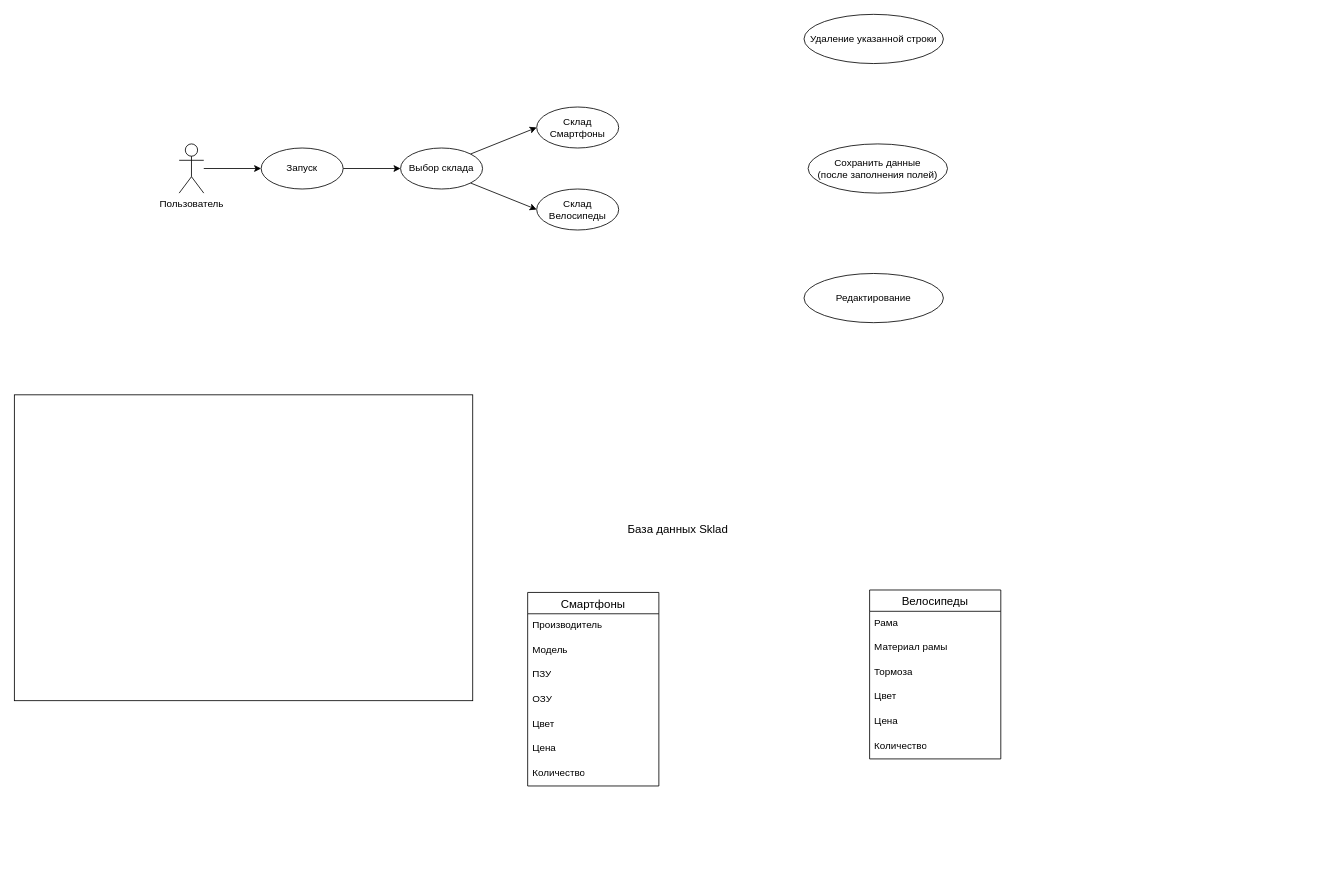
Earlier version of the draw.io diagram Диаграмма прецедентов.drawio (Aazmandiuc/MDK_01.01). Source tidied: cells renumbered, new cells numbered last; positions are measured from the earlier drawing's top-left corner, leaving out a move shared by most shapes. Both pictures are drawn from the tidied source at 82%, with x=0, y=0 at pixel (14, 14).
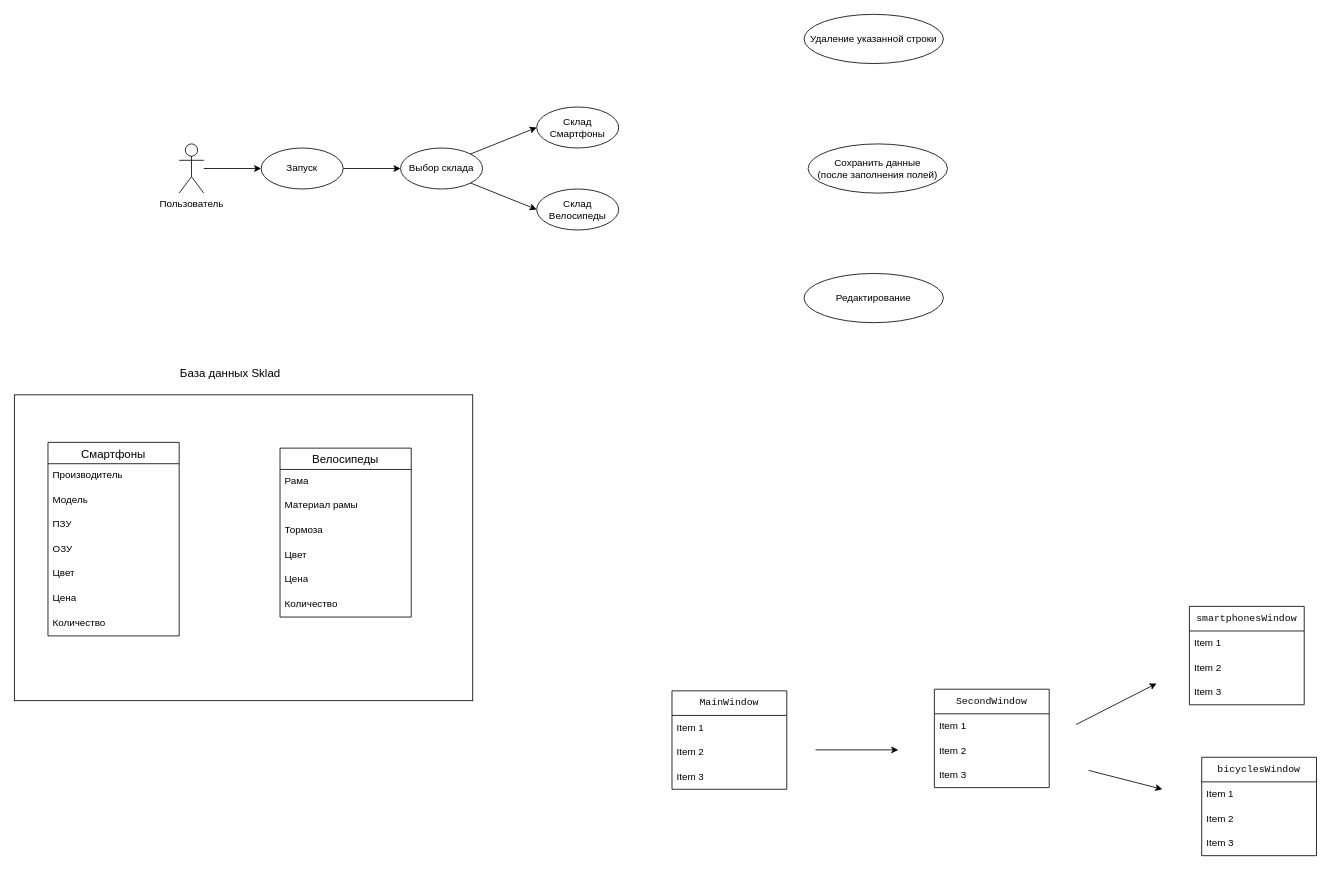
After the change.

What changed in the source:
```diff
@@
     <mxCell id="15" value="Смартфоны" style="swimlane;fontStyle=0;horizontal=1;startSize=26;align=center;fontSize=14;" parent="1" vertex="1">
-      <mxGeometry x="626" y="705" width="160" height="236" as="geometry" />
+      <mxGeometry x="41" y="522" width="160" height="236" as="geometry" />
     </mxCell>
@@
     <mxCell id="23" value="Велосипеды" style="swimlane;fontStyle=0;horizontal=1;startSize=26;align=center;fontSize=14;" parent="1" vertex="1">
-      <mxGeometry x="1043" y="702" width="160" height="206" as="geometry" />
+      <mxGeometry x="324" y="529" width="160" height="206" as="geometry" />
     </mxCell>
@@
     <mxCell id="30" value="&lt;font style=&quot;font-size: 14px;&quot;&gt;База данных&amp;nbsp;Sklad&lt;/font&gt;" style="text;html=1;align=center;verticalAlign=middle;strokeColor=none;fillColor=none;" parent="1" vertex="1">
-      <mxGeometry x="738.5" y="613" width="140" height="29" as="geometry" />
+      <mxGeometry x="193" y="423" width="140" height="29" as="geometry" />
     </mxCell>
+    <mxCell id="31" value="&lt;div style=&quot;color: rgb(8, 8, 8); font-family: &amp;quot;JetBrains Mono&amp;quot;, monospace;&quot;&gt;&lt;pre&gt;MainWindow&lt;/pre&gt;&lt;/div&gt;" style="swimlane;fontStyle=0;horizontal=1;startSize=30;whiteSpace=wrap;html=1;" parent="1" vertex="1">
+      <mxGeometry x="802" y="825" width="140" height="120" as="geometry" />
+    </mxCell>
+    <mxCell id="32" value="Item 1" style="text;strokeColor=none;fillColor=none;align=left;verticalAlign=middle;spacingLeft=4;spacingRight=4;overflow=hidden;whiteSpace=wrap;html=1;" parent="31" vertex="1">
+      <mxGeometry y="30" width="140" height="30" as="geometry" />
+    </mxCell>
+    <mxCell id="33" value="Item 2" style="text;strokeColor=none;fillColor=none;align=left;verticalAlign=middle;spacingLeft=4;spacingRight=4;overflow=hidden;whiteSpace=wrap;html=1;" parent="31" vertex="1">
+      <mxGeometry y="60" width="140" height="30" as="geometry" />
+    </mxCell>
+    <mxCell id="34" value="Item 3" style="text;strokeColor=none;fillColor=none;align=left;verticalAlign=middle;spacingLeft=4;spacingRight=4;overflow=hidden;whiteSpace=wrap;html=1;" parent="31" vertex="1">
+      <mxGeometry y="90" width="140" height="30" as="geometry" />
+    </mxCell>
+    <mxCell id="35" value="&lt;div style=&quot;color: rgb(8, 8, 8); font-family: &amp;quot;JetBrains Mono&amp;quot;, monospace;&quot;&gt;&lt;pre&gt;SecondWindow&lt;/pre&gt;&lt;/div&gt;" style="swimlane;fontStyle=0;horizontal=1;startSize=30;whiteSpace=wrap;html=1;" parent="1" vertex="1">
+      <mxGeometry x="1122" y="823" width="140" height="120" as="geometry" />
+    </mxCell>
+    <mxCell id="36" value="Item 1" style="text;strokeColor=none;fillColor=none;align=left;verticalAlign=middle;spacingLeft=4;spacingRight=4;overflow=hidden;whiteSpace=wrap;html=1;" parent="35" vertex="1">
+      <mxGeometry y="30" width="140" height="30" as="geometry" />
+    </mxCell>
+    <mxCell id="37" value="Item 2" style="text;strokeColor=none;fillColor=none;align=left;verticalAlign=middle;spacingLeft=4;spacingRight=4;overflow=hidden;whiteSpace=wrap;html=1;" parent="35" vertex="1">
+      <mxGeometry y="60" width="140" height="30" as="geometry" />
+    </mxCell>
+    <mxCell id="38" value="Item 3" style="text;strokeColor=none;fillColor=none;align=left;verticalAlign=middle;spacingLeft=4;spacingRight=4;overflow=hidden;whiteSpace=wrap;html=1;" parent="35" vertex="1">
+      <mxGeometry y="90" width="140" height="30" as="geometry" />
+    </mxCell>
+    <mxCell id="39" value="&lt;div style=&quot;color: rgb(8, 8, 8); font-family: &amp;quot;JetBrains Mono&amp;quot;, monospace;&quot;&gt;&lt;pre&gt;smartphonesWindow&lt;/pre&gt;&lt;/div&gt;" style="swimlane;fontStyle=0;horizontal=1;startSize=30;whiteSpace=wrap;html=1;" parent="1" vertex="1">
+      <mxGeometry x="1433" y="722" width="140" height="120" as="geometry" />
+    </mxCell>
+    <mxCell id="40" value="Item 1" style="text;strokeColor=none;fillColor=none;align=left;verticalAlign=middle;spacingLeft=4;spacingRight=4;overflow=hidden;whiteSpace=wrap;html=1;" parent="39" vertex="1">
+      <mxGeometry y="30" width="140" height="30" as="geometry" />
+    </mxCell>
+    <mxCell id="41" value="Item 2" style="text;strokeColor=none;fillColor=none;align=left;verticalAlign=middle;spacingLeft=4;spacingRight=4;overflow=hidden;whiteSpace=wrap;html=1;" parent="39" vertex="1">
+      <mxGeometry y="60" width="140" height="30" as="geometry" />
+    </mxCell>
+    <mxCell id="42" value="Item 3" style="text;strokeColor=none;fillColor=none;align=left;verticalAlign=middle;spacingLeft=4;spacingRight=4;overflow=hidden;whiteSpace=wrap;html=1;" parent="39" vertex="1">
+      <mxGeometry y="90" width="140" height="30" as="geometry" />
+    </mxCell>
+    <mxCell id="43" value="&lt;div style=&quot;color: rgb(8, 8, 8); font-family: &amp;quot;JetBrains Mono&amp;quot;, monospace;&quot;&gt;&lt;pre&gt;bicyclesWindow&lt;/pre&gt;&lt;/div&gt;" style="swimlane;fontStyle=0;horizontal=1;startSize=30;whiteSpace=wrap;html=1;" parent="1" vertex="1">
+      <mxGeometry x="1448" y="906" width="140" height="120" as="geometry" />
+    </mxCell>
+    <mxCell id="44" value="Item 1" style="text;strokeColor=none;fillColor=none;align=left;verticalAlign=middle;spacingLeft=4;spacingRight=4;overflow=hidden;whiteSpace=wrap;html=1;" parent="43" vertex="1">
+      <mxGeometry y="30" width="140" height="30" as="geometry" />
+    </mxCell>
+    <mxCell id="45" value="Item 2" style="text;strokeColor=none;fillColor=none;align=left;verticalAlign=middle;spacingLeft=4;spacingRight=4;overflow=hidden;whiteSpace=wrap;html=1;" parent="43" vertex="1">
+      <mxGeometry y="60" width="140" height="30" as="geometry" />
+    </mxCell>
+    <mxCell id="46" value="Item 3" style="text;strokeColor=none;fillColor=none;align=left;verticalAlign=middle;spacingLeft=4;spacingRight=4;overflow=hidden;whiteSpace=wrap;html=1;" parent="43" vertex="1">
+      <mxGeometry y="90" width="140" height="30" as="geometry" />
+    </mxCell>
+    <mxCell id="47" style="endArrow=classic;html=1;rounded=0;" parent="1" edge="1">
+      <mxGeometry relative="1" as="geometry">
+        <mxPoint x="977" y="897" as="sourcePoint" />
+        <mxPoint x="1078" y="897" as="targetPoint" />
+      </mxGeometry>
+    </mxCell>
+    <mxCell id="48" style="endArrow=classic;html=1;rounded=0;" parent="1" edge="1">
+      <mxGeometry relative="1" as="geometry">
+        <mxPoint x="1295" y="866" as="sourcePoint" />
+        <mxPoint x="1393" y="816" as="targetPoint" />
+      </mxGeometry>
+    </mxCell>
+    <mxCell id="49" style="endArrow=classic;html=1;rounded=0;" parent="1" edge="1">
+      <mxGeometry relative="1" as="geometry">
+        <mxPoint x="1310" y="922" as="sourcePoint" />
+        <mxPoint x="1400" y="945" as="targetPoint" />
+      </mxGeometry>
+    </mxCell>
```
